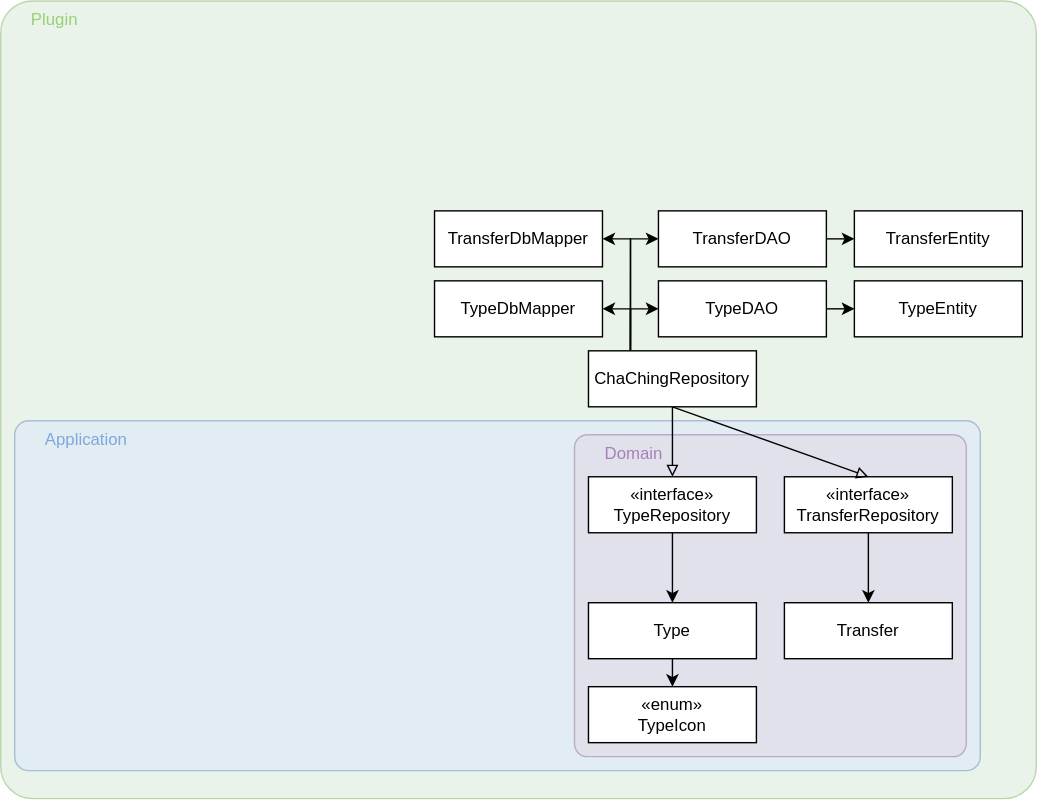
This is docs/img/development/clean_architecture.drawio.svg from Christian-2003/cha-ching, a draw.io export, as it was before one commit. Source tidied: cells renumbered, new cells last; positions are measured from the earlier drawing's top-left corner, leaving out a move shared by most shapes. Source of this version:
```xml
<mxGraphModel>
  <root>
    <mxCell id="0" />
    <mxCell id="1" parent="0" />
    <mxCell id="2" value="Plugin" style="rounded=1;whiteSpace=wrap;html=1;fillColor=#d5e8d4;strokeColor=#82b366;align=left;verticalAlign=top;horizontal=1;spacingTop=0;spacingLeft=20;fillStyle=auto;opacity=50;arcSize=4;fontColor=#97D077;" parent="1" vertex="1">
      <mxGeometry width="740" height="570" as="geometry" />
    </mxCell>
    <mxCell id="3" value="Application" style="rounded=1;whiteSpace=wrap;html=1;fillColor=#dae8fc;strokeColor=#6c8ebf;align=left;verticalAlign=top;horizontal=1;spacingTop=0;spacingLeft=20;fillStyle=auto;opacity=50;arcSize=4;fontColor=#7EA6E0;" parent="1" vertex="1">
      <mxGeometry x="10" y="300" width="690" height="250" as="geometry" />
    </mxCell>
    <mxCell id="4" value="&lt;div align=&quot;left&quot;&gt;Domain&lt;/div&gt;" style="rounded=1;whiteSpace=wrap;html=1;fillColor=#e1d5e7;strokeColor=#9673a6;align=left;verticalAlign=top;horizontal=1;spacingTop=0;spacingLeft=20;fillStyle=auto;gradientColor=none;opacity=50;arcSize=4;fontColor=#A680B8;" parent="1" vertex="1">
      <mxGeometry x="410" y="310" width="280" height="230" as="geometry" />
    </mxCell>
    <mxCell id="5" value="&lt;div&gt;&lt;font&gt;&lt;span&gt;«enum»&lt;/span&gt;&lt;/font&gt;&lt;/div&gt;&lt;div&gt;&lt;font&gt;&lt;span&gt;TypeIcon&lt;/span&gt;&lt;/font&gt;&lt;/div&gt;" style="rounded=0;whiteSpace=wrap;html=1;fontColor=#000000;fontSize=12;" parent="1" vertex="1">
      <mxGeometry x="420" y="490" width="120" height="40" as="geometry" />
    </mxCell>
    <mxCell id="6" style="edgeStyle=orthogonalEdgeStyle;rounded=0;jettySize=auto;html=1;exitX=0.5;exitY=1;exitDx=0;exitDy=0;entryX=0.5;entryY=0;entryDx=0;entryDy=0;" parent="1" edge="1" source="7" target="5">
      <mxGeometry relative="1" as="geometry" />
    </mxCell>
    <mxCell id="7" value="Type" style="rounded=0;whiteSpace=wrap;html=1;fontColor=#000000;fontSize=12;" parent="1" vertex="1">
      <mxGeometry x="420" y="430" width="120" height="40" as="geometry" />
    </mxCell>
    <mxCell id="8" value="Transfer" style="rounded=0;whiteSpace=wrap;html=1;fontColor=#000000;fontSize=12;" parent="1" vertex="1">
      <mxGeometry x="560" y="430" width="120" height="40" as="geometry" />
    </mxCell>
    <mxCell id="9" style="edgeStyle=orthogonalEdgeStyle;rounded=0;jettySize=auto;html=1;exitX=0.5;exitY=1;exitDx=0;exitDy=0;entryX=0.5;entryY=0;entryDx=0;entryDy=0;" parent="1" edge="1" source="10" target="7">
      <mxGeometry relative="1" as="geometry" />
    </mxCell>
    <mxCell id="10" value="&lt;div&gt;&lt;font&gt;&lt;span&gt;«interface»&lt;/span&gt;&lt;/font&gt;&lt;/div&gt;&lt;div&gt;&lt;font&gt;&lt;span&gt;TypeRepository&lt;/span&gt;&lt;/font&gt;&lt;/div&gt;" style="rounded=0;whiteSpace=wrap;html=1;fontColor=#000000;fontSize=12;" parent="1" vertex="1">
      <mxGeometry x="420" y="340" width="120" height="40" as="geometry" />
    </mxCell>
    <mxCell id="11" style="edgeStyle=orthogonalEdgeStyle;rounded=0;jettySize=auto;html=1;exitX=0.5;exitY=1;exitDx=0;exitDy=0;entryX=0.5;entryY=0;entryDx=0;entryDy=0;" parent="1" edge="1" source="12" target="8">
      <mxGeometry relative="1" as="geometry" />
    </mxCell>
    <mxCell id="12" value="&lt;div&gt;&lt;font&gt;&lt;span&gt;«interface»&lt;/span&gt;&lt;/font&gt;&lt;/div&gt;&lt;div&gt;&lt;font&gt;&lt;span&gt;TransferRepository&lt;/span&gt;&lt;/font&gt;&lt;/div&gt;" style="rounded=0;whiteSpace=wrap;html=1;fontColor=#000000;fontSize=12;" parent="1" vertex="1">
      <mxGeometry x="560" y="340" width="120" height="40" as="geometry" />
    </mxCell>
    <mxCell id="13" style="rounded=0;jettySize=auto;html=1;exitX=0.5;exitY=1;exitDx=0;exitDy=0;entryX=0.5;entryY=0;entryDx=0;entryDy=0;endArrow=block;endFill=0;" parent="1" edge="1" source="19" target="12">
      <mxGeometry relative="1" as="geometry" />
    </mxCell>
    <mxCell id="14" style="rounded=0;jettySize=auto;html=1;exitX=0.5;exitY=1;exitDx=0;exitDy=0;entryX=0.5;entryY=0;entryDx=0;entryDy=0;endArrow=block;endFill=0;" parent="1" edge="1" source="19" target="10">
      <mxGeometry relative="1" as="geometry" />
    </mxCell>
    <mxCell id="15" style="edgeStyle=orthogonalEdgeStyle;rounded=0;jettySize=auto;html=1;exitX=0.25;exitY=0;exitDx=0;exitDy=0;entryX=0;entryY=0.5;entryDx=0;entryDy=0;" parent="1" edge="1" source="19" target="25">
      <mxGeometry relative="1" as="geometry">
        <Array as="points">
          <mxPoint x="450" y="220" />
        </Array>
      </mxGeometry>
    </mxCell>
    <mxCell id="16" style="edgeStyle=orthogonalEdgeStyle;rounded=0;jettySize=auto;html=1;exitX=0.25;exitY=0;exitDx=0;exitDy=0;entryX=0;entryY=0.5;entryDx=0;entryDy=0;" parent="1" edge="1" source="19" target="23">
      <mxGeometry relative="1" as="geometry" />
    </mxCell>
    <mxCell id="17" style="edgeStyle=orthogonalEdgeStyle;rounded=0;jettySize=auto;html=1;exitX=0.25;exitY=0;exitDx=0;exitDy=0;entryX=1;entryY=0.5;entryDx=0;entryDy=0;" parent="1" edge="1" source="19" target="27">
      <mxGeometry relative="1" as="geometry">
        <Array as="points">
          <mxPoint x="450" y="220" />
        </Array>
      </mxGeometry>
    </mxCell>
    <mxCell id="18" style="edgeStyle=orthogonalEdgeStyle;rounded=0;jettySize=auto;html=1;exitX=0.25;exitY=0;exitDx=0;exitDy=0;entryX=1;entryY=0.5;entryDx=0;entryDy=0;" parent="1" edge="1" source="19" target="26">
      <mxGeometry relative="1" as="geometry" />
    </mxCell>
    <mxCell id="19" value="ChaChingRepository" style="rounded=0;whiteSpace=wrap;html=1;fontColor=#000000;fontSize=12;" parent="1" vertex="1">
      <mxGeometry x="420" y="250" width="120" height="40" as="geometry" />
    </mxCell>
    <mxCell id="20" value="TypeEntity" style="rounded=0;whiteSpace=wrap;html=1;fontColor=#000000;fontSize=12;" parent="1" vertex="1">
      <mxGeometry x="610" y="200" width="120" height="40" as="geometry" />
    </mxCell>
    <mxCell id="21" value="TransferEntity" style="rounded=0;whiteSpace=wrap;html=1;fontColor=#000000;fontSize=12;" parent="1" vertex="1">
      <mxGeometry x="610" y="150" width="120" height="40" as="geometry" />
    </mxCell>
    <mxCell id="22" style="edgeStyle=orthogonalEdgeStyle;rounded=0;jettySize=auto;html=1;exitX=1;exitY=0.5;exitDx=0;exitDy=0;entryX=0;entryY=0.5;entryDx=0;entryDy=0;" parent="1" edge="1" source="23" target="21">
      <mxGeometry relative="1" as="geometry" />
    </mxCell>
    <mxCell id="23" value="TransferDAO" style="rounded=0;whiteSpace=wrap;html=1;fontColor=#000000;fontSize=12;" parent="1" vertex="1">
      <mxGeometry x="470" y="150" width="120" height="40" as="geometry" />
    </mxCell>
    <mxCell id="24" style="edgeStyle=orthogonalEdgeStyle;rounded=0;jettySize=auto;html=1;exitX=1;exitY=0.5;exitDx=0;exitDy=0;entryX=0;entryY=0.5;entryDx=0;entryDy=0;" parent="1" edge="1" source="25" target="20">
      <mxGeometry relative="1" as="geometry" />
    </mxCell>
    <mxCell id="25" value="TypeDAO" style="rounded=0;whiteSpace=wrap;html=1;fontColor=#000000;fontSize=12;" parent="1" vertex="1">
      <mxGeometry x="470" y="200" width="120" height="40" as="geometry" />
    </mxCell>
    <mxCell id="26" value="TransferDbMapper" style="rounded=0;whiteSpace=wrap;html=1;fontColor=#000000;fontSize=12;" parent="1" vertex="1">
      <mxGeometry x="310" y="150" width="120" height="40" as="geometry" />
    </mxCell>
    <mxCell id="27" value="TypeDbMapper" style="rounded=0;whiteSpace=wrap;html=1;fontColor=#000000;fontSize=12;" parent="1" vertex="1">
      <mxGeometry x="310" y="200" width="120" height="40" as="geometry" />
    </mxCell>
  </root>
</mxGraphModel>
```
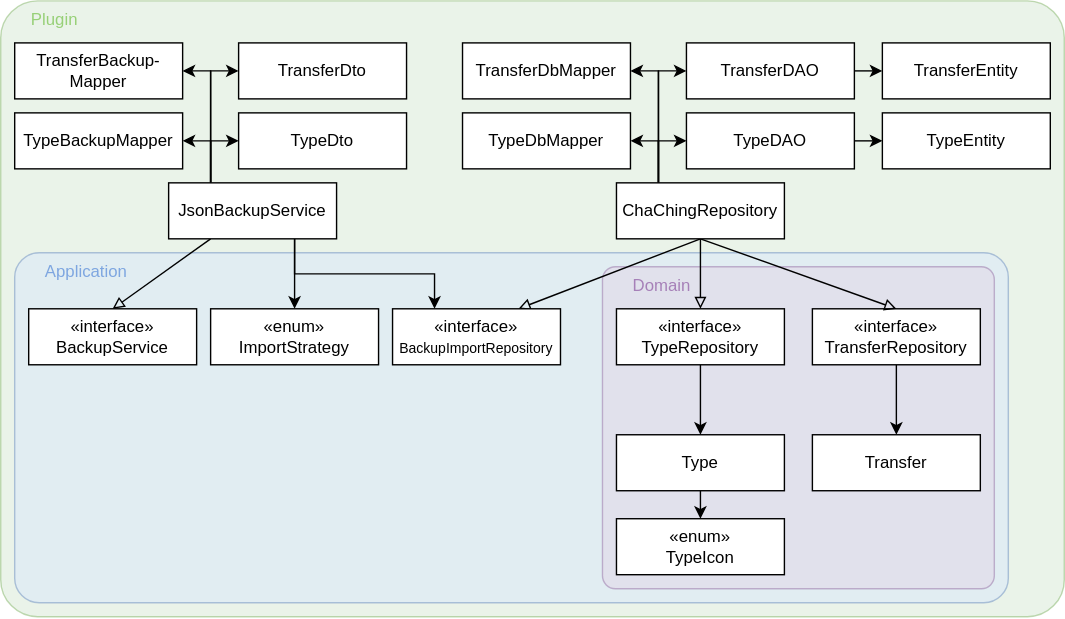
The same diagram one commit later.

What changed in the source:
```diff
@@ -2,11 +2,11 @@
   <root>
     <mxCell id="0" />
     <mxCell id="1" parent="0" />
-    <mxCell id="2" value="Plugin" style="rounded=1;whiteSpace=wrap;html=1;fillColor=#d5e8d4;strokeColor=#82b366;align=left;verticalAlign=top;horizontal=1;spacingTop=0;spacingLeft=20;fillStyle=auto;opacity=50;arcSize=4;fontColor=#97D077;" parent="1" vertex="1">
-      <mxGeometry width="740" height="570" as="geometry" />
+    <mxCell id="2" value="Plugin" style="rounded=1;whiteSpace=wrap;html=1;fillColor=#d5e8d4;strokeColor=#82b366;align=left;verticalAlign=top;horizontal=1;spacingTop=0;spacingLeft=20;fillStyle=auto;opacity=50;arcSize=6;fontColor=#97D077;" parent="1" vertex="1">
+      <mxGeometry x="-20" y="120" width="760" height="440" as="geometry" />
     </mxCell>
-    <mxCell id="3" value="Application" style="rounded=1;whiteSpace=wrap;html=1;fillColor=#dae8fc;strokeColor=#6c8ebf;align=left;verticalAlign=top;horizontal=1;spacingTop=0;spacingLeft=20;fillStyle=auto;opacity=50;arcSize=4;fontColor=#7EA6E0;" parent="1" vertex="1">
-      <mxGeometry x="10" y="300" width="690" height="250" as="geometry" />
+    <mxCell id="3" value="Application" style="rounded=1;whiteSpace=wrap;html=1;fillColor=#dae8fc;strokeColor=#6c8ebf;align=left;verticalAlign=top;horizontal=1;spacingTop=0;spacingLeft=20;fillStyle=auto;opacity=50;arcSize=7;fontColor=#7EA6E0;" parent="1" vertex="1">
+      <mxGeometry x="-10" y="300" width="710" height="250" as="geometry" />
     </mxCell>
     <mxCell id="4" value="&lt;div align=&quot;left&quot;&gt;Domain&lt;/div&gt;" style="rounded=1;whiteSpace=wrap;html=1;fillColor=#e1d5e7;strokeColor=#9673a6;align=left;verticalAlign=top;horizontal=1;spacingTop=0;spacingLeft=20;fillStyle=auto;gradientColor=none;opacity=50;arcSize=4;fontColor=#A680B8;" parent="1" vertex="1">
       <mxGeometry x="410" y="310" width="280" height="230" as="geometry" />
@@ -61,6 +61,9 @@
     <mxCell id="18" style="edgeStyle=orthogonalEdgeStyle;rounded=0;jettySize=auto;html=1;exitX=0.25;exitY=0;exitDx=0;exitDy=0;entryX=1;entryY=0.5;entryDx=0;entryDy=0;" parent="1" edge="1" source="19" target="26">
       <mxGeometry relative="1" as="geometry" />
     </mxCell>
+    <mxCell id="28" style="rounded=0;jettySize=auto;html=1;exitX=0.5;exitY=1;exitDx=0;exitDy=0;entryX=0.75;entryY=0;entryDx=0;entryDy=0;endArrow=block;endFill=0;" parent="1" edge="1" source="19" target="41">
+      <mxGeometry relative="1" as="geometry" />
+    </mxCell>
     <mxCell id="19" value="ChaChingRepository" style="rounded=0;whiteSpace=wrap;html=1;fontColor=#000000;fontSize=12;" parent="1" vertex="1">
       <mxGeometry x="420" y="250" width="120" height="40" as="geometry" />
     </mxCell>
@@ -88,5 +91,58 @@
     <mxCell id="27" value="TypeDbMapper" style="rounded=0;whiteSpace=wrap;html=1;fontColor=#000000;fontSize=12;" parent="1" vertex="1">
       <mxGeometry x="310" y="200" width="120" height="40" as="geometry" />
     </mxCell>
+    <mxCell id="29" value="TypeDto" style="rounded=0;whiteSpace=wrap;html=1;fontColor=#000000;fontSize=12;" parent="1" vertex="1">
+      <mxGeometry x="150" y="200" width="120" height="40" as="geometry" />
+    </mxCell>
+    <mxCell id="30" value="TransferDto" style="rounded=0;whiteSpace=wrap;html=1;fontColor=#000000;fontSize=12;" parent="1" vertex="1">
+      <mxGeometry x="150" y="150" width="120" height="40" as="geometry" />
+    </mxCell>
+    <mxCell id="31" value="TypeBackupMapper" style="rounded=0;whiteSpace=wrap;html=1;fontColor=#000000;fontSize=12;" parent="1" vertex="1">
+      <mxGeometry x="-10" y="200" width="120" height="40" as="geometry" />
+    </mxCell>
+    <mxCell id="32" value="&lt;div&gt;TransferBackup-&lt;/div&gt;&lt;div&gt;Mapper&lt;/div&gt;" style="rounded=0;whiteSpace=wrap;html=1;fontColor=#000000;fontSize=12;" parent="1" vertex="1">
+      <mxGeometry x="-10" y="150" width="120" height="40" as="geometry" />
+    </mxCell>
+    <mxCell id="33" style="edgeStyle=orthogonalEdgeStyle;rounded=0;jettySize=auto;html=1;exitX=0.25;exitY=0;exitDx=0;exitDy=0;entryX=0;entryY=0.5;entryDx=0;entryDy=0;" parent="1" edge="1" source="40" target="29">
+      <mxGeometry relative="1" as="geometry">
+        <Array as="points">
+          <mxPoint x="130" y="220" />
+        </Array>
+      </mxGeometry>
+    </mxCell>
+    <mxCell id="34" style="edgeStyle=orthogonalEdgeStyle;rounded=0;jettySize=auto;html=1;exitX=0.25;exitY=0;exitDx=0;exitDy=0;entryX=0;entryY=0.5;entryDx=0;entryDy=0;" parent="1" edge="1" source="40" target="30">
+      <mxGeometry relative="1" as="geometry" />
+    </mxCell>
+    <mxCell id="35" style="edgeStyle=orthogonalEdgeStyle;rounded=0;jettySize=auto;html=1;exitX=0.25;exitY=0;exitDx=0;exitDy=0;entryX=1;entryY=0.5;entryDx=0;entryDy=0;" parent="1" edge="1" source="40" target="31">
+      <mxGeometry relative="1" as="geometry">
+        <Array as="points">
+          <mxPoint x="130" y="220" />
+        </Array>
+      </mxGeometry>
+    </mxCell>
+    <mxCell id="36" style="edgeStyle=orthogonalEdgeStyle;rounded=0;jettySize=auto;html=1;exitX=0.25;exitY=0;exitDx=0;exitDy=0;entryX=1;entryY=0.5;entryDx=0;entryDy=0;" parent="1" edge="1" source="40" target="32">
+      <mxGeometry relative="1" as="geometry" />
+    </mxCell>
+    <mxCell id="37" style="rounded=0;jettySize=auto;html=1;exitX=0.25;exitY=1;exitDx=0;exitDy=0;entryX=0.5;entryY=0;entryDx=0;entryDy=0;endArrow=block;endFill=0;" parent="1" edge="1" source="40" target="42">
+      <mxGeometry relative="1" as="geometry" />
+    </mxCell>
+    <mxCell id="38" style="edgeStyle=orthogonalEdgeStyle;rounded=0;jettySize=auto;html=1;exitX=0.75;exitY=1;exitDx=0;exitDy=0;entryX=0.5;entryY=0;entryDx=0;entryDy=0;" parent="1" edge="1" source="40" target="43">
+      <mxGeometry relative="1" as="geometry" />
+    </mxCell>
+    <mxCell id="39" style="edgeStyle=orthogonalEdgeStyle;rounded=0;jettySize=auto;html=1;exitX=0.75;exitY=1;exitDx=0;exitDy=0;entryX=0.25;entryY=0;entryDx=0;entryDy=0;" parent="1" edge="1" source="40" target="41">
+      <mxGeometry relative="1" as="geometry" />
+    </mxCell>
+    <mxCell id="40" value="JsonBackupService" style="rounded=0;whiteSpace=wrap;html=1;fontColor=#000000;fontSize=12;" parent="1" vertex="1">
+      <mxGeometry x="100" y="250" width="120" height="40" as="geometry" />
+    </mxCell>
+    <mxCell id="41" value="&lt;div&gt;&lt;font&gt;&lt;span&gt;«interface»&lt;/span&gt;&lt;/font&gt;&lt;/div&gt;&lt;div&gt;&lt;font style=&quot;font-size: 10px;&quot;&gt;&lt;span&gt;BackupImportRepository&lt;/span&gt;&lt;/font&gt;&lt;/div&gt;" style="rounded=0;whiteSpace=wrap;html=1;fontColor=#000000;fontSize=12;" parent="1" vertex="1">
+      <mxGeometry x="260" y="340" width="120" height="40" as="geometry" />
+    </mxCell>
+    <mxCell id="42" value="&lt;div&gt;&lt;font&gt;&lt;span&gt;«interface»&lt;/span&gt;&lt;/font&gt;&lt;/div&gt;&lt;div&gt;&lt;font&gt;&lt;span&gt;BackupService&lt;/span&gt;&lt;/font&gt;&lt;/div&gt;" style="rounded=0;whiteSpace=wrap;html=1;fontColor=#000000;fontSize=12;" parent="1" vertex="1">
+      <mxGeometry y="340" width="120" height="40" as="geometry" />
+    </mxCell>
+    <mxCell id="43" value="&lt;div&gt;&lt;font&gt;&lt;span&gt;«enum»&lt;/span&gt;&lt;/font&gt;&lt;/div&gt;ImportStrategy" style="rounded=0;whiteSpace=wrap;html=1;fontColor=#000000;fontSize=12;" parent="1" vertex="1">
+      <mxGeometry x="130" y="340" width="120" height="40" as="geometry" />
+    </mxCell>
   </root>
 </mxGraphModel>
```
